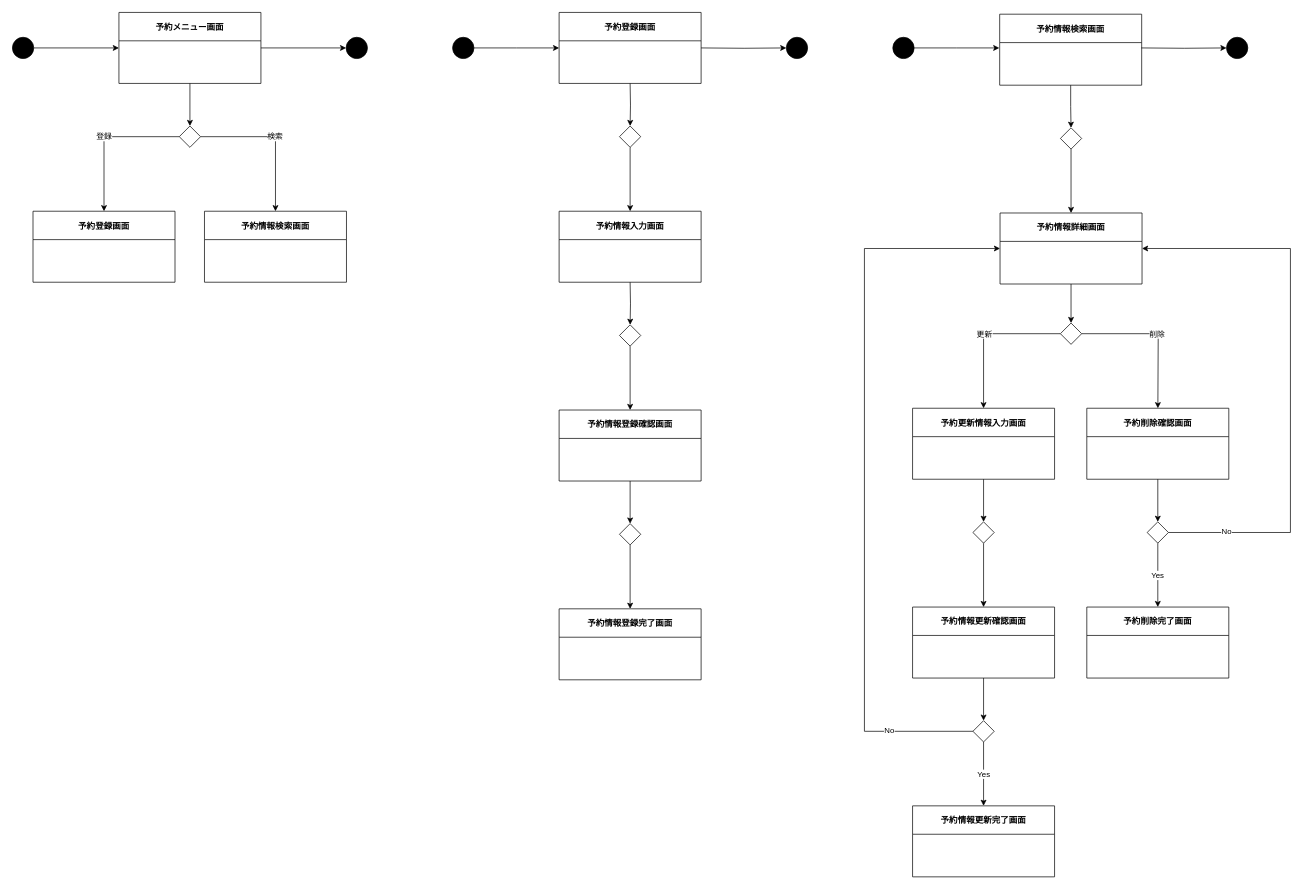
Before: Documents/図書管理システム/成果物/20_外部設計/画面推移図/drawio/RM.drawio in charlie24403/Librarians, a draw.io diagram. Source tidied: cells renumbered, new cells numbered last; positions are measured from the earlier drawing's top-left corner, leaving out a move shared by most shapes. Both pictures are drawn from the tidied source at 71%, with x=0, y=0 at pixel (12, 12).
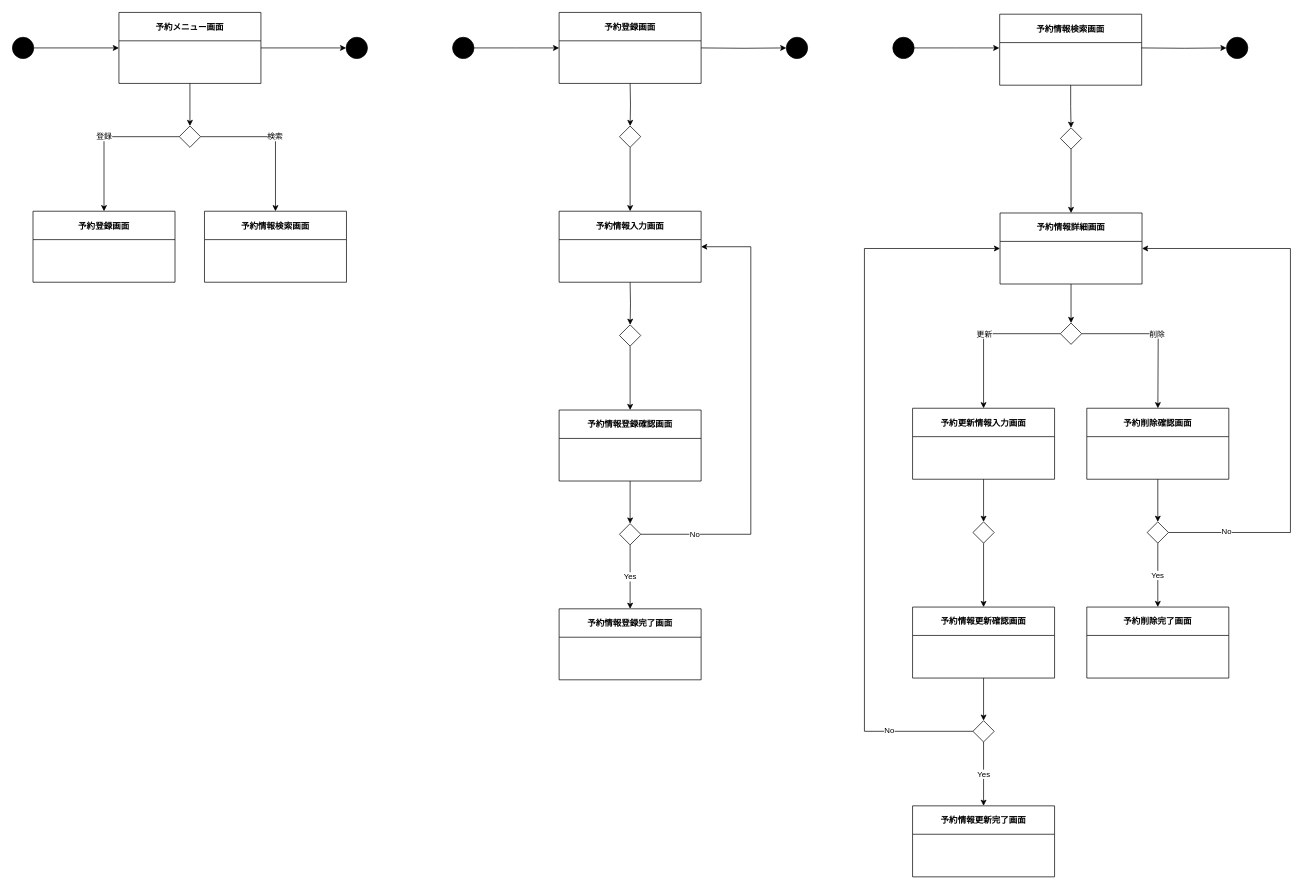
The same page after the edit.

Unchanged cells that the change refers to:
```xml
<mxCell id="43" value="予約情報登録完了画面" style="swimlane;startSize=40;" parent="1" vertex="1">
  <mxGeometry x="770" y="840" width="200" height="100" as="geometry" />
</mxCell>
<mxCell id="45" style="rhombus;whiteSpace=wrap;html=1;fillColor=#FFFFFF;" parent="1" vertex="1">
  <mxGeometry x="855" y="720" width="30" height="30" as="geometry" />
</mxCell>
<mxCell id="57" value="予約情報入力画面" style="swimlane;startSize=40;" parent="1" vertex="1">
  <mxGeometry x="770" y="280" width="200" height="100" as="geometry" />
</mxCell>
```

Change to the diagram source:
```diff
@@
-    <mxCell id="44" style="edgeStyle=orthogonalEdgeStyle;rounded=0;jettySize=auto;html=1;" parent="1" edge="1" source="45" target="43">
+    <mxCell id="44" value="Yes" style="edgeStyle=orthogonalEdgeStyle;rounded=0;jettySize=auto;html=1;" parent="1" edge="1" source="45" target="43">
       <mxGeometry relative="1" as="geometry" />
     </mxCell>
+    <mxCell id="60" value="No" style="edgeStyle=orthogonalEdgeStyle;rounded=0;jettySize=auto;html=1;entryX=1;entryY=0.5;entryDx=0;entryDy=0;" parent="1" edge="1" source="45" target="57">
+      <mxGeometry x="-0.76" relative="1" as="geometry">
+        <Array as="points">
+          <mxPoint x="1040" y="735" />
+          <mxPoint x="1040" y="330" />
+        </Array>
+      </mxGeometry>
+    </mxCell>
```
